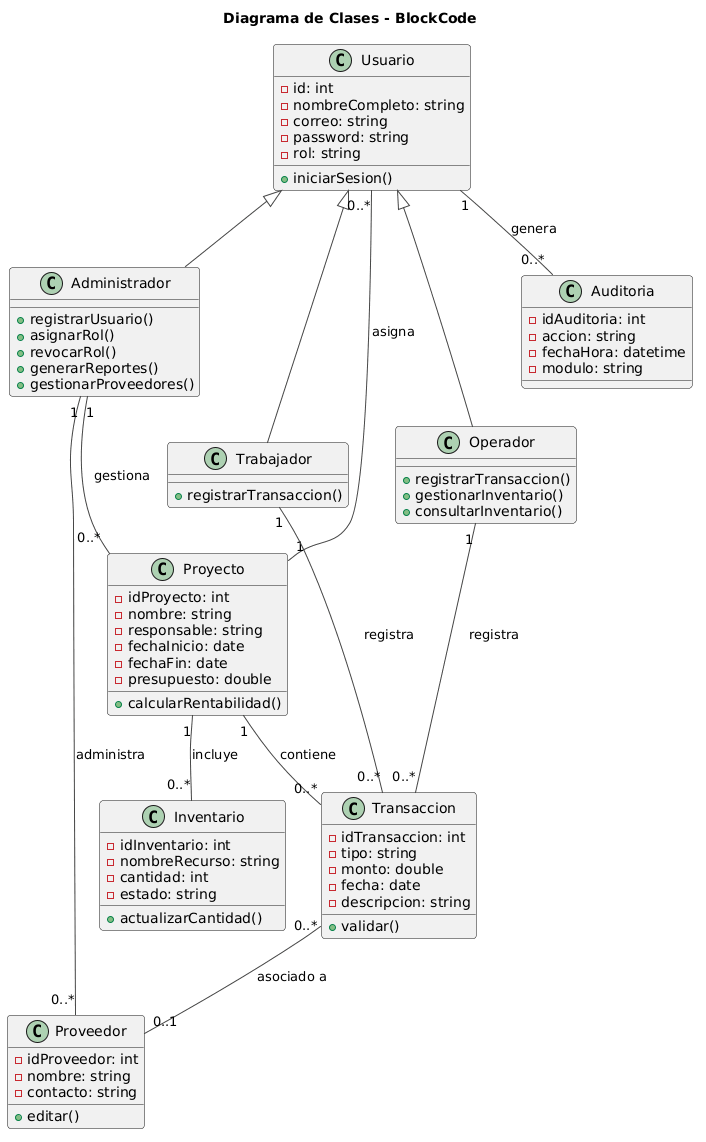
Above: Ingenieria_de_software/Unidad_2/E15/diagrama-de-clases.png in pw22140831/fundamentos_de_ingenieria_de_software (PlantUML), before the change. The source it was exported from:
```plantuml
@startuml
!theme vibrant
title Diagrama de Clases - BlockCode

class Usuario {
  -id: int
  -nombreCompleto: string
  -correo: string
  -password: string
  -rol: string
  +iniciarSesion()
}

class Administrador {
  +registrarUsuario()
  +asignarRol()
  +revocarRol()
  +generarReportes()
  +gestionarProveedores()
}

class Operador {
  +registrarTransaccion()
  +gestionarInventario()
  +consultarInventario()
}

class Trabajador {
  +registrarTransaccion()
}

Usuario <|-- Administrador
Usuario <|-- Operador
Usuario <|-- Trabajador

class Proyecto {
  -idProyecto: int
  -nombre: string
  -responsable: string
  -fechaInicio: date
  -fechaFin: date
  -presupuesto: double
  +calcularRentabilidad()
}

class Transaccion {
  -idTransaccion: int
  -tipo: string
  -monto: double
  -fecha: date
  -descripcion: string
  +validar()
}


class Proveedor {
  -idProveedor: int
  -nombre: string
  -contacto: string
  +editar()
}

class Inventario {
  -idInventario: int
  -nombreRecurso: string
  -cantidad: int
  -estado: string
  +actualizarCantidad()
}

class Auditoria {
  -idAuditoria: int
  -accion: string
  -fechaHora: datetime
  -modulo: string
}

Proyecto "1" -- "0..*" Transaccion : contiene
Proyecto "1" -- "0..*" Inventario : incluye
Proyecto "1" -- "0..*" Usuario : asigna

Transaccion "0..*" -- "0..1" Proveedor : asociado a

Usuario "1" -- "0..*" Auditoria : genera

Operador "1" -- "0..*" Transaccion : registra
Trabajador "1" -- "0..*" Transaccion : registra

Administrador "1" -- "0..*" Proyecto : gestiona
Administrador "1" -- "0..*" Proveedor : administra
@enduml
```
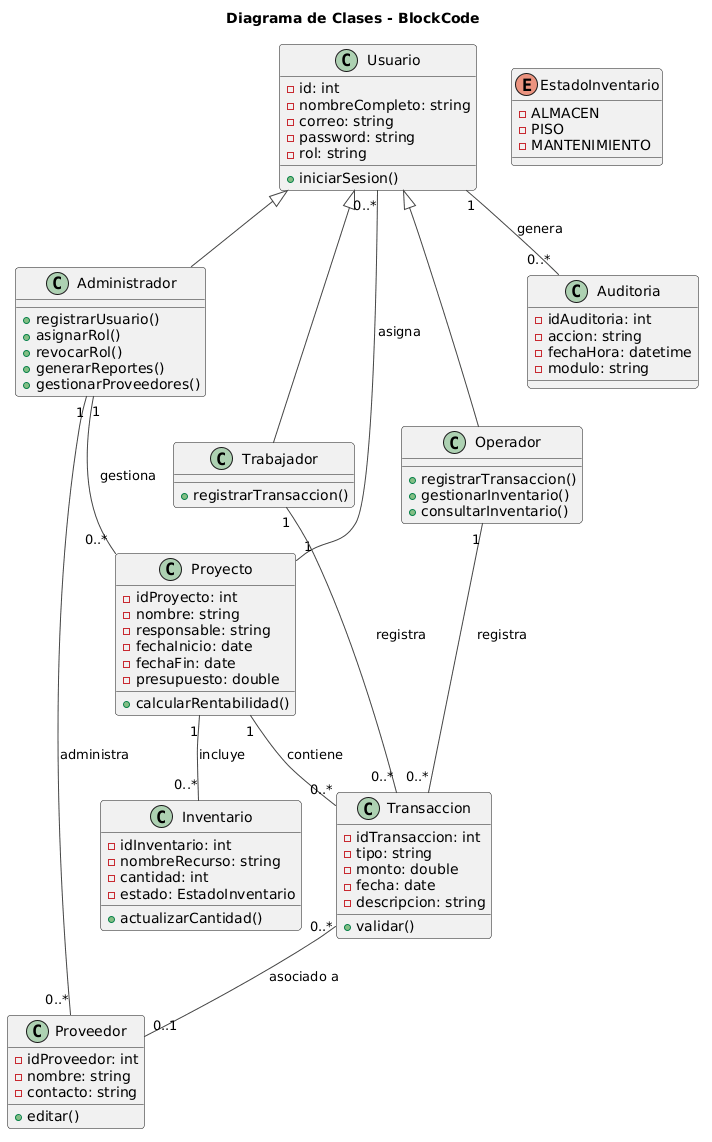
Above is the later version.

Commit message:
Añadidas relaciones y enum en diagrama de clases

The edit, as a diff of the source:
```diff
@@ -64,8 +64,14 @@
   -idInventario: int
   -nombreRecurso: string
   -cantidad: int
-  -estado: string
+  -estado: EstadoInventario
   +actualizarCantidad()
+}
+
+enum EstadoInventario {
+  -ALMACEN
+  -PISO
+  -MANTENIMIENTO
 }
 
 class Auditoria {
```
